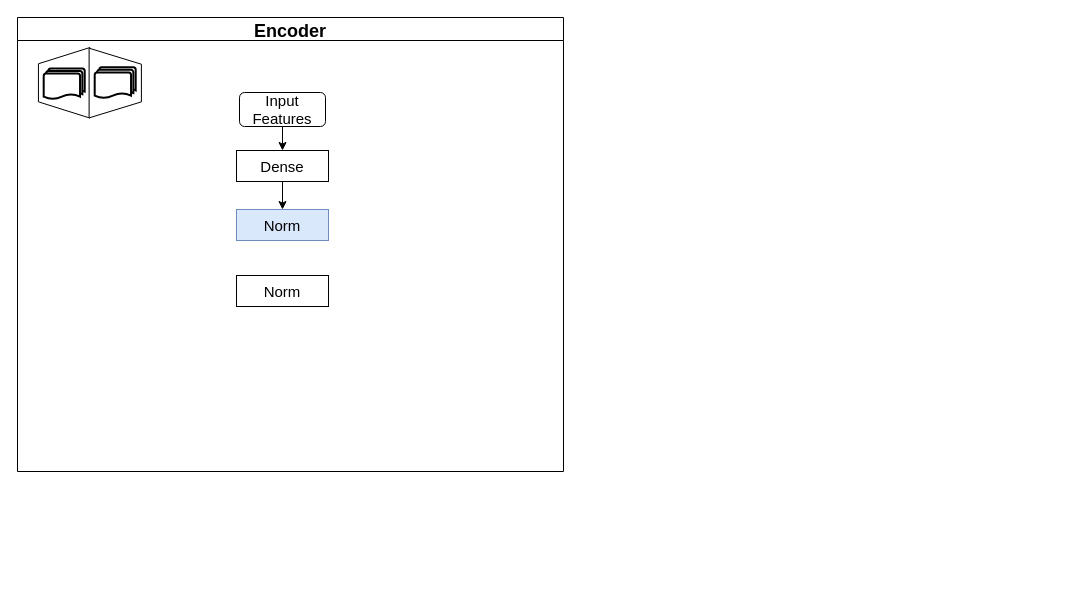
Before: naic21.ae.drawio in Wu-Xiang123/Hello-GItHub, a draw.io diagram. Source tidied: cells renumbered, new cells numbered last; positions are measured from the earlier drawing's top-left corner, leaving out a move shared by most shapes. Both pictures are drawn from the tidied source at 100%, with x=0, y=0 at pixel (17, 17). Pictures stored in the file or linked from it are replaced by grey dashed boxes.
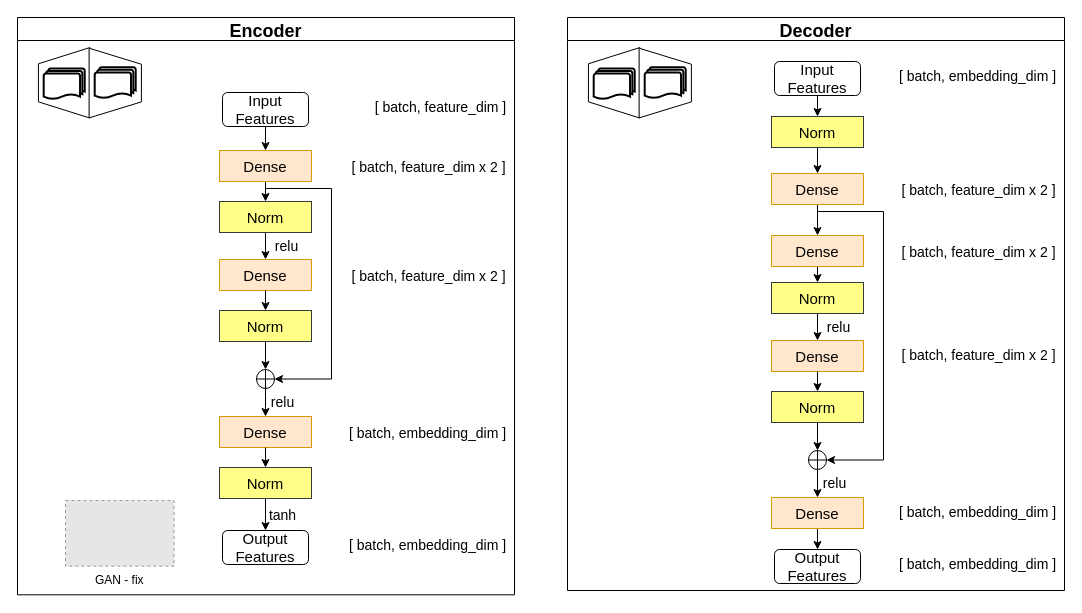
Above is the later version.

What changed in the source:
```diff
@@
     <mxCell id="2" value="Encoder" style="swimlane;fontSize=18;" parent="1" vertex="1">
-      <mxGeometry width="546" height="454" as="geometry" />
+      <mxGeometry width="497" height="577.3" as="geometry" />
     </mxCell>
@@
     <mxCell id="9" value="&lt;font style=&quot;font-size: 15px;&quot;&gt;Input&lt;br&gt;Features&lt;/font&gt;" style="rounded=1;whiteSpace=wrap;html=1;" parent="2" vertex="1">
-      <mxGeometry x="222" y="75" width="86" height="34" as="geometry" />
+      <mxGeometry x="205" y="75" width="86" height="34" as="geometry" />
     </mxCell>
@@
+    <mxCell id="14" style="edgeStyle=orthogonalEdgeStyle;rounded=0;jettySize=auto;html=1;exitX=0.5;exitY=1;exitDx=0;exitDy=0;entryX=1;entryY=0.5;entryDx=0;entryDy=0;" parent="2" edge="1" source="11" target="22">
+      <mxGeometry relative="1" as="geometry">
+        <Array as="points">
+          <mxPoint x="248" y="171" />
+          <mxPoint x="314" y="171" />
+          <mxPoint x="314" y="362" />
+        </Array>
+      </mxGeometry>
+    </mxCell>
-    <mxCell id="11" value="Dense" style="rounded=0;whiteSpace=wrap;html=1;fontSize=15;" parent="2" vertex="1">
-      <mxGeometry x="219" y="133" width="92" height="31" as="geometry" />
+    <mxCell id="11" value="Dense" style="rounded=0;whiteSpace=wrap;html=1;fontSize=15;fillColor=#ffe6cc;strokeColor=#d79b00;" parent="2" vertex="1">
+      <mxGeometry x="202" y="133" width="92" height="31" as="geometry" />
     </mxCell>
+    <mxCell id="15" style="edgeStyle=orthogonalEdgeStyle;rounded=0;jettySize=auto;html=1;exitX=0.5;exitY=1;exitDx=0;exitDy=0;entryX=0.5;entryY=0;entryDx=0;entryDy=0;" parent="2" edge="1" source="12" target="16">
+      <mxGeometry relative="1" as="geometry" />
+    </mxCell>
-    <mxCell id="12" value="Norm" style="rounded=0;whiteSpace=wrap;html=1;fontSize=15;fillColor=#dae8fc;strokeColor=#6c8ebf;" parent="2" vertex="1">
-      <mxGeometry x="219" y="192" width="92" height="31" as="geometry" />
+    <mxCell id="12" value="Norm" style="rounded=0;whiteSpace=wrap;html=1;fontSize=15;fillColor=#ffff88;strokeColor=#36393d;" parent="2" vertex="1">
+      <mxGeometry x="202" y="184" width="92" height="31" as="geometry" />
     </mxCell>
-    <mxCell id="13" value="Norm" style="rounded=0;whiteSpace=wrap;html=1;fontSize=15;" parent="2" vertex="1">
-      <mxGeometry x="219" y="258" width="92" height="31" as="geometry" />
-    </mxCell>
+    <mxCell id="16" value="Dense" style="rounded=0;whiteSpace=wrap;html=1;fontSize=15;fillColor=#ffe6cc;strokeColor=#d79b00;" parent="2" vertex="1">
+      <mxGeometry x="202" y="242" width="92" height="31" as="geometry" />
+    </mxCell>
+    <mxCell id="17" style="edgeStyle=orthogonalEdgeStyle;rounded=0;jettySize=auto;html=1;exitX=0.5;exitY=1;exitDx=0;exitDy=0;entryX=0.5;entryY=0;entryDx=0;entryDy=0;" parent="2" edge="1" source="18" target="22">
+      <mxGeometry relative="1" as="geometry" />
+    </mxCell>
+    <mxCell id="18" value="Norm" style="rounded=0;whiteSpace=wrap;html=1;fontSize=15;fillColor=#ffff88;strokeColor=#36393d;" parent="2" vertex="1">
+      <mxGeometry x="202" y="293" width="92" height="31" as="geometry" />
+    </mxCell>
+    <mxCell id="19" style="edgeStyle=orthogonalEdgeStyle;rounded=0;jettySize=auto;html=1;exitX=0.5;exitY=1;exitDx=0;exitDy=0;entryX=0.5;entryY=0;entryDx=0;entryDy=0;fontSize=15;" parent="2" edge="1" source="16" target="18">
+      <mxGeometry relative="1" as="geometry" />
+    </mxCell>
+    <mxCell id="20" value="&lt;font style=&quot;font-size: 14px;&quot;&gt;relu&lt;/font&gt;" style="text;html=1;align=center;verticalAlign=middle;strokeColor=none;fillColor=none;" parent="2" vertex="1">
+      <mxGeometry x="248" y="214" width="41" height="29" as="geometry" />
+    </mxCell>
+    <mxCell id="21" style="edgeStyle=orthogonalEdgeStyle;rounded=0;jettySize=auto;html=1;exitX=0.5;exitY=1;exitDx=0;exitDy=0;" parent="2" edge="1" source="22" target="23">
+      <mxGeometry relative="1" as="geometry" />
+    </mxCell>
+    <mxCell id="22" style="shape=orEllipse;perimeter=ellipsePerimeter;whiteSpace=wrap;html=1;backgroundOutline=1;" parent="2" vertex="1">
+      <mxGeometry x="239" y="352" width="18" height="19" as="geometry" />
+    </mxCell>
+    <mxCell id="23" value="Dense" style="rounded=0;whiteSpace=wrap;html=1;fontSize=15;fillColor=#ffe6cc;strokeColor=#d79b00;" parent="2" vertex="1">
+      <mxGeometry x="202" y="399" width="92" height="31" as="geometry" />
+    </mxCell>
+    <mxCell id="24" style="edgeStyle=orthogonalEdgeStyle;rounded=0;jettySize=auto;html=1;exitX=0.5;exitY=1;exitDx=0;exitDy=0;entryX=0.5;entryY=0;entryDx=0;entryDy=0;" parent="2" edge="1" source="25" target="28">
+      <mxGeometry relative="1" as="geometry" />
+    </mxCell>
+    <mxCell id="25" value="Norm" style="rounded=0;whiteSpace=wrap;html=1;fontSize=15;fillColor=#ffff88;strokeColor=#36393d;" parent="2" vertex="1">
+      <mxGeometry x="202" y="450" width="92" height="31" as="geometry" />
+    </mxCell>
+    <mxCell id="26" style="edgeStyle=orthogonalEdgeStyle;rounded=0;jettySize=auto;html=1;exitX=0.5;exitY=1;exitDx=0;exitDy=0;entryX=0.5;entryY=0;entryDx=0;entryDy=0;fontSize=15;" parent="2" edge="1" source="23" target="25">
+      <mxGeometry relative="1" as="geometry" />
+    </mxCell>
+    <mxCell id="27" value="&lt;font style=&quot;font-size: 14px;&quot;&gt;relu&lt;/font&gt;" style="text;html=1;align=center;verticalAlign=middle;strokeColor=none;fillColor=none;" parent="2" vertex="1">
+      <mxGeometry x="244" y="370" width="41" height="29" as="geometry" />
+    </mxCell>
+    <mxCell id="28" value="&lt;font style=&quot;font-size: 15px;&quot;&gt;Output&lt;br&gt;Features&lt;/font&gt;" style="rounded=1;whiteSpace=wrap;html=1;" parent="2" vertex="1">
+      <mxGeometry x="205" y="513" width="86" height="34" as="geometry" />
+    </mxCell>
+    <mxCell id="29" value="&lt;font style=&quot;font-size: 14px;&quot;&gt;tanh&lt;/font&gt;" style="text;html=1;align=center;verticalAlign=middle;strokeColor=none;fillColor=none;" parent="2" vertex="1">
+      <mxGeometry x="242" y="483" width="45" height="29" as="geometry" />
+    </mxCell>
+    <mxCell id="30" value="[ batch, feature_dim ]" style="text;html=1;align=center;verticalAlign=middle;strokeColor=none;fillColor=none;fontSize=14;" parent="2" vertex="1">
+      <mxGeometry x="348" y="75" width="149" height="29" as="geometry" />
+    </mxCell>
+    <mxCell id="31" value="[ batch, feature_dim&amp;nbsp;x 2 ]" style="text;html=1;align=center;verticalAlign=middle;strokeColor=none;fillColor=none;fontSize=14;" parent="2" vertex="1">
+      <mxGeometry x="325" y="135" width="172" height="29" as="geometry" />
+    </mxCell>
+    <mxCell id="32" value="[ batch, feature_dim&amp;nbsp;x 2 ]" style="text;html=1;align=center;verticalAlign=middle;strokeColor=none;fillColor=none;fontSize=14;" parent="2" vertex="1">
+      <mxGeometry x="325" y="244" width="172" height="29" as="geometry" />
+    </mxCell>
+    <mxCell id="33" value="[ batch, embedding_dim ]" style="text;html=1;align=center;verticalAlign=middle;strokeColor=none;fillColor=none;fontSize=14;" parent="2" vertex="1">
+      <mxGeometry x="322" y="401" width="175" height="29" as="geometry" />
+    </mxCell>
+    <mxCell id="34" value="[ batch, embedding_dim ]" style="text;html=1;align=center;verticalAlign=middle;strokeColor=none;fillColor=none;fontSize=14;" parent="2" vertex="1">
+      <mxGeometry x="322" y="513.6" width="175" height="29" as="geometry" />
+    </mxCell>
+    <mxCell id="35" value="GAN - fix" style="fillColor=#E6E6E6;strokeColor=#999999;dashed=1;verticalLabelPosition=bottom;labelBackgroundColor=default;verticalAlign=top;" parent="2" vertex="1">
+      <mxGeometry x="48" y="483" width="108.6" height="65.7" as="geometry" />
+    </mxCell>
+    <mxCell id="36" value="Decoder" style="swimlane;fontSize=18;" parent="1" vertex="1">
+      <mxGeometry x="550" width="497" height="573" as="geometry" />
+    </mxCell>
+    <mxCell id="37" style="group;" parent="36" vertex="1">
+      <mxGeometry x="21" y="30" width="102.9" height="70.5" as="geometry" />
+    </mxCell>
+    <mxCell id="38" style="verticalLabelPosition=middle;verticalAlign=middle;html=1;shape=trapezoid;perimeter=trapezoidPerimeter;whiteSpace=wrap;size=0.23;arcSize=10;flipV=1;labelPosition=center;align=center;rotation=90;fontSize=15;" parent="37" vertex="1">
+      <mxGeometry x="-9.6" y="9.6" width="70.5" height="51.4" as="geometry" />
+    </mxCell>
+    <mxCell id="39" style="strokeWidth=2;html=1;shape=mxgraph.flowchart.multi-document;whiteSpace=wrap;fontSize=15;" parent="37" vertex="1">
+      <mxGeometry x="5.2" y="20.9" width="41" height="31" as="geometry" />
+    </mxCell>
+    <mxCell id="40" style="verticalLabelPosition=middle;verticalAlign=middle;html=1;shape=trapezoid;perimeter=trapezoidPerimeter;whiteSpace=wrap;size=0.23;arcSize=10;flipV=1;labelPosition=center;align=center;rotation=-90;fontSize=15;" parent="37" vertex="1">
+      <mxGeometry x="41.9" y="9.4" width="69.7" height="52.3" as="geometry" />
+    </mxCell>
+    <mxCell id="41" style="strokeWidth=2;html=1;shape=mxgraph.flowchart.multi-document;whiteSpace=wrap;fontSize=15;" parent="37" vertex="1">
+      <mxGeometry x="56.2" y="19.8" width="41" height="31" as="geometry" />
+    </mxCell>
+    <mxCell id="42" style="edgeStyle=orthogonalEdgeStyle;rounded=0;jettySize=auto;html=1;exitX=0.5;exitY=1;exitDx=0;exitDy=0;entryX=0.5;entryY=0;entryDx=0;entryDy=0;fontSize=14;endArrow=classic;endFill=1;" parent="36" edge="1" source="43" target="66">
+      <mxGeometry relative="1" as="geometry" />
+    </mxCell>
+    <mxCell id="43" value="&lt;font style=&quot;font-size: 15px;&quot;&gt;Input&lt;br&gt;Features&lt;/font&gt;" style="rounded=1;whiteSpace=wrap;html=1;" parent="36" vertex="1">
+      <mxGeometry x="207" y="44" width="86" height="34" as="geometry" />
+    </mxCell>
+    <mxCell id="44" style="edgeStyle=orthogonalEdgeStyle;rounded=0;jettySize=auto;html=1;exitX=0.5;exitY=1;exitDx=0;exitDy=0;entryX=1;entryY=0.5;entryDx=0;entryDy=0;" parent="36" edge="1" source="46" target="55">
+      <mxGeometry relative="1" as="geometry">
+        <Array as="points">
+          <mxPoint x="250" y="194" />
+          <mxPoint x="316" y="194" />
+          <mxPoint x="316" y="443" />
+        </Array>
+      </mxGeometry>
+    </mxCell>
+    <mxCell id="45" style="edgeStyle=orthogonalEdgeStyle;rounded=0;jettySize=auto;html=1;exitX=0.5;exitY=1;exitDx=0;exitDy=0;entryX=0.5;entryY=0;entryDx=0;entryDy=0;fontSize=14;endArrow=classic;endFill=1;" parent="36" edge="1" source="46" target="68">
+      <mxGeometry relative="1" as="geometry" />
+    </mxCell>
+    <mxCell id="46" value="Dense" style="rounded=0;whiteSpace=wrap;html=1;fontSize=15;fillColor=#ffe6cc;strokeColor=#d79b00;" parent="36" vertex="1">
+      <mxGeometry x="204" y="156" width="92" height="31" as="geometry" />
+    </mxCell>
+    <mxCell id="47" style="edgeStyle=orthogonalEdgeStyle;rounded=0;jettySize=auto;html=1;exitX=0.5;exitY=1;exitDx=0;exitDy=0;entryX=0.5;entryY=0;entryDx=0;entryDy=0;" parent="36" edge="1" source="48" target="49">
+      <mxGeometry relative="1" as="geometry" />
+    </mxCell>
+    <mxCell id="48" value="Norm" style="rounded=0;whiteSpace=wrap;html=1;fontSize=15;fillColor=#ffff88;strokeColor=#36393d;" parent="36" vertex="1">
+      <mxGeometry x="204" y="265" width="92" height="31" as="geometry" />
+    </mxCell>
+    <mxCell id="49" value="Dense" style="rounded=0;whiteSpace=wrap;html=1;fontSize=15;fillColor=#ffe6cc;strokeColor=#d79b00;" parent="36" vertex="1">
+      <mxGeometry x="204" y="323" width="92" height="31" as="geometry" />
+    </mxCell>
+    <mxCell id="50" style="edgeStyle=orthogonalEdgeStyle;rounded=0;jettySize=auto;html=1;exitX=0.5;exitY=1;exitDx=0;exitDy=0;entryX=0.5;entryY=0;entryDx=0;entryDy=0;" parent="36" edge="1" source="51" target="55">
+      <mxGeometry relative="1" as="geometry" />
+    </mxCell>
+    <mxCell id="51" value="Norm" style="rounded=0;whiteSpace=wrap;html=1;fontSize=15;fillColor=#ffff88;strokeColor=#36393d;" parent="36" vertex="1">
+      <mxGeometry x="204" y="374" width="92" height="31" as="geometry" />
+    </mxCell>
+    <mxCell id="52" style="edgeStyle=orthogonalEdgeStyle;rounded=0;jettySize=auto;html=1;exitX=0.5;exitY=1;exitDx=0;exitDy=0;entryX=0.5;entryY=0;entryDx=0;entryDy=0;fontSize=15;" parent="36" edge="1" source="49" target="51">
+      <mxGeometry relative="1" as="geometry" />
+    </mxCell>
+    <mxCell id="53" value="&lt;font style=&quot;font-size: 14px;&quot;&gt;relu&lt;/font&gt;" style="text;html=1;align=center;verticalAlign=middle;strokeColor=none;fillColor=none;" parent="36" vertex="1">
+      <mxGeometry x="250" y="295" width="41" height="29" as="geometry" />
+    </mxCell>
+    <mxCell id="54" style="edgeStyle=orthogonalEdgeStyle;rounded=0;jettySize=auto;html=1;exitX=0.5;exitY=1;exitDx=0;exitDy=0;" parent="36" edge="1" source="55" target="57">
+      <mxGeometry relative="1" as="geometry" />
+    </mxCell>
+    <mxCell id="55" style="shape=orEllipse;perimeter=ellipsePerimeter;whiteSpace=wrap;html=1;backgroundOutline=1;" parent="36" vertex="1">
+      <mxGeometry x="241" y="433" width="18" height="19" as="geometry" />
+    </mxCell>
+    <mxCell id="56" style="edgeStyle=orthogonalEdgeStyle;rounded=0;jettySize=auto;html=1;exitX=0.5;exitY=1;exitDx=0;exitDy=0;entryX=0.5;entryY=0;entryDx=0;entryDy=0;fontSize=14;endArrow=classic;endFill=1;" parent="36" edge="1" source="57" target="59">
+      <mxGeometry relative="1" as="geometry" />
+    </mxCell>
+    <mxCell id="57" value="Dense" style="rounded=0;whiteSpace=wrap;html=1;fontSize=15;fillColor=#ffe6cc;strokeColor=#d79b00;" parent="36" vertex="1">
+      <mxGeometry x="204" y="480" width="92" height="31" as="geometry" />
+    </mxCell>
+    <mxCell id="58" value="&lt;font style=&quot;font-size: 14px;&quot;&gt;relu&lt;/font&gt;" style="text;html=1;align=center;verticalAlign=middle;strokeColor=none;fillColor=none;" parent="36" vertex="1">
+      <mxGeometry x="246" y="451" width="41" height="29" as="geometry" />
+    </mxCell>
+    <mxCell id="59" value="&lt;font style=&quot;font-size: 15px;&quot;&gt;Output&lt;br&gt;Features&lt;/font&gt;" style="rounded=1;whiteSpace=wrap;html=1;" parent="36" vertex="1">
+      <mxGeometry x="207" y="532" width="86" height="34" as="geometry" />
+    </mxCell>
+    <mxCell id="60" value="[ batch, embedding_dim&amp;nbsp;]" style="text;html=1;align=center;verticalAlign=middle;strokeColor=none;fillColor=none;fontSize=14;" parent="36" vertex="1">
+      <mxGeometry x="322" y="44" width="175" height="29" as="geometry" />
+    </mxCell>
+    <mxCell id="61" value="[ batch, feature_dim&amp;nbsp;x 2 ]" style="text;html=1;align=center;verticalAlign=middle;strokeColor=none;fillColor=none;fontSize=14;" parent="36" vertex="1">
+      <mxGeometry x="325" y="158" width="172" height="29" as="geometry" />
+    </mxCell>
+    <mxCell id="62" value="[ batch, feature_dim&amp;nbsp;x 2 ]" style="text;html=1;align=center;verticalAlign=middle;strokeColor=none;fillColor=none;fontSize=14;" parent="36" vertex="1">
+      <mxGeometry x="325" y="323" width="172" height="29" as="geometry" />
+    </mxCell>
+    <mxCell id="63" value="[ batch, embedding_dim ]" style="text;html=1;align=center;verticalAlign=middle;strokeColor=none;fillColor=none;fontSize=14;" parent="36" vertex="1">
+      <mxGeometry x="322" y="480" width="175" height="29" as="geometry" />
+    </mxCell>
+    <mxCell id="64" value="[ batch, embedding_dim ]" style="text;html=1;align=center;verticalAlign=middle;strokeColor=none;fillColor=none;fontSize=14;" parent="36" vertex="1">
+      <mxGeometry x="322" y="532" width="175" height="29" as="geometry" />
+    </mxCell>
+    <mxCell id="65" style="edgeStyle=orthogonalEdgeStyle;rounded=0;jettySize=auto;html=1;exitX=0.5;exitY=1;exitDx=0;exitDy=0;entryX=0.5;entryY=0;entryDx=0;entryDy=0;fontSize=14;endArrow=classic;endFill=1;" parent="36" edge="1" source="66" target="46">
+      <mxGeometry relative="1" as="geometry" />
+    </mxCell>
+    <mxCell id="66" value="Norm" style="rounded=0;whiteSpace=wrap;html=1;fontSize=15;fillColor=#ffff88;strokeColor=#36393d;" parent="36" vertex="1">
+      <mxGeometry x="204" y="99" width="92" height="31" as="geometry" />
+    </mxCell>
+    <mxCell id="67" style="edgeStyle=orthogonalEdgeStyle;rounded=0;jettySize=auto;html=1;exitX=0.5;exitY=1;exitDx=0;exitDy=0;entryX=0.5;entryY=0;entryDx=0;entryDy=0;fontSize=14;endArrow=classic;endFill=1;" parent="36" edge="1" source="68" target="48">
+      <mxGeometry relative="1" as="geometry" />
+    </mxCell>
+    <mxCell id="68" value="Dense" style="rounded=0;whiteSpace=wrap;html=1;fontSize=15;fillColor=#ffe6cc;strokeColor=#d79b00;" parent="36" vertex="1">
+      <mxGeometry x="204" y="218" width="92" height="31" as="geometry" />
+    </mxCell>
+    <mxCell id="69" value="[ batch, feature_dim&amp;nbsp;x 2 ]" style="text;html=1;align=center;verticalAlign=middle;strokeColor=none;fillColor=none;fontSize=14;" parent="36" vertex="1">
+      <mxGeometry x="325" y="220" width="172" height="29" as="geometry" />
+    </mxCell>
```
